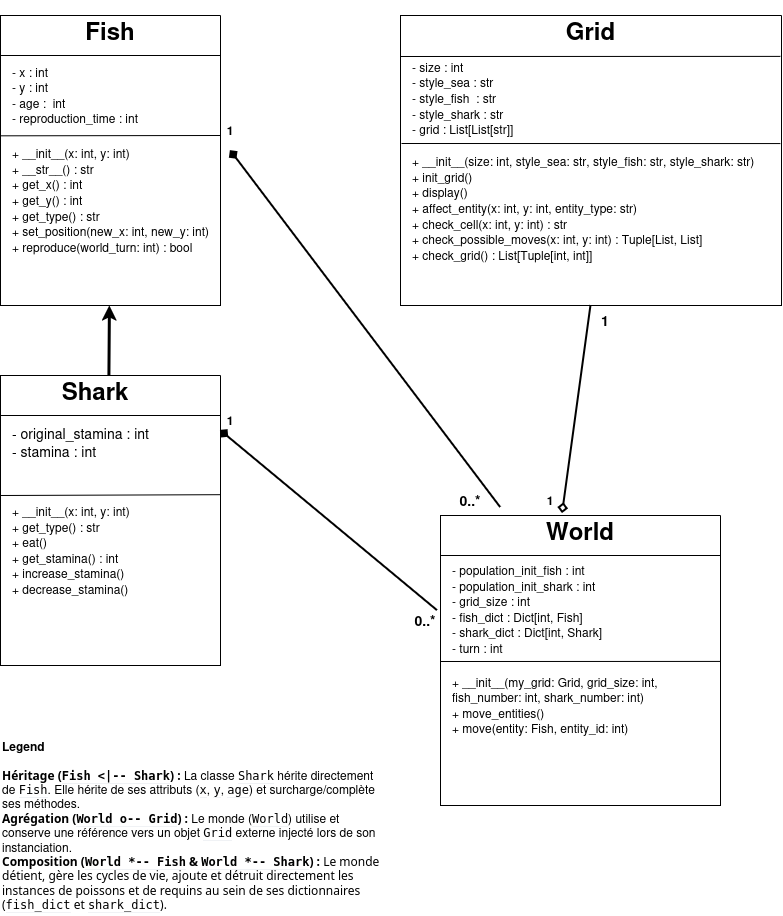
Earlier version of the draw.io export presentation/Wa-Tor.drawio.png (JocelyneMinard/Wa-Tor). Source tidied: cells renumbered, new cells last; positions are measured from the earlier drawing's top-left corner, leaving out a move shared by most shapes.
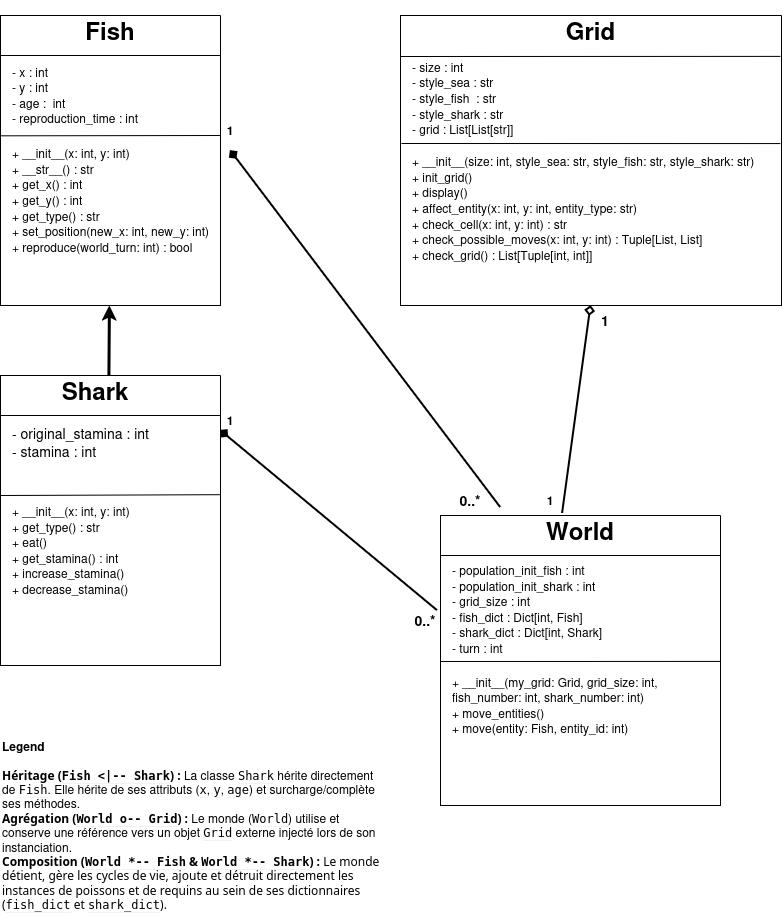
The same diagram one commit later.

Commit message:
correct uml

The edit, as a diff of the source:
```diff
@@ -109,7 +109,7 @@
         <mxPoint x="108.4" y="360" as="sourcePoint" />
       </mxGeometry>
     </mxCell>
-    <mxCell id="27" style="endArrow=diamond;html=1;rounded=0;entryX=0.436;entryY=-0.067;entryDx=0;entryDy=0;entryPerimeter=0;exitX=0.5;exitY=1;exitDx=0;exitDy=0;strokeWidth=2;endFill=0;" parent="1" edge="1" source="8" target="3">
+    <mxCell id="27" style="endArrow=none;html=1;rounded=0;entryX=0.436;entryY=-0.067;entryDx=0;entryDy=0;entryPerimeter=0;exitX=0.5;exitY=1;exitDx=0;exitDy=0;strokeWidth=2;endFill=0;startArrow=diamond;startFill=0;" parent="1" edge="1" source="8" target="3">
       <mxGeometry relative="1" as="geometry" />
     </mxCell>
     <mxCell id="28" value="&lt;b&gt;1&lt;/b&gt;" style="text;html=1;whiteSpace=wrap;strokeColor=none;fillColor=none;align=center;verticalAlign=middle;rounded=0;" parent="1" vertex="1">
```
